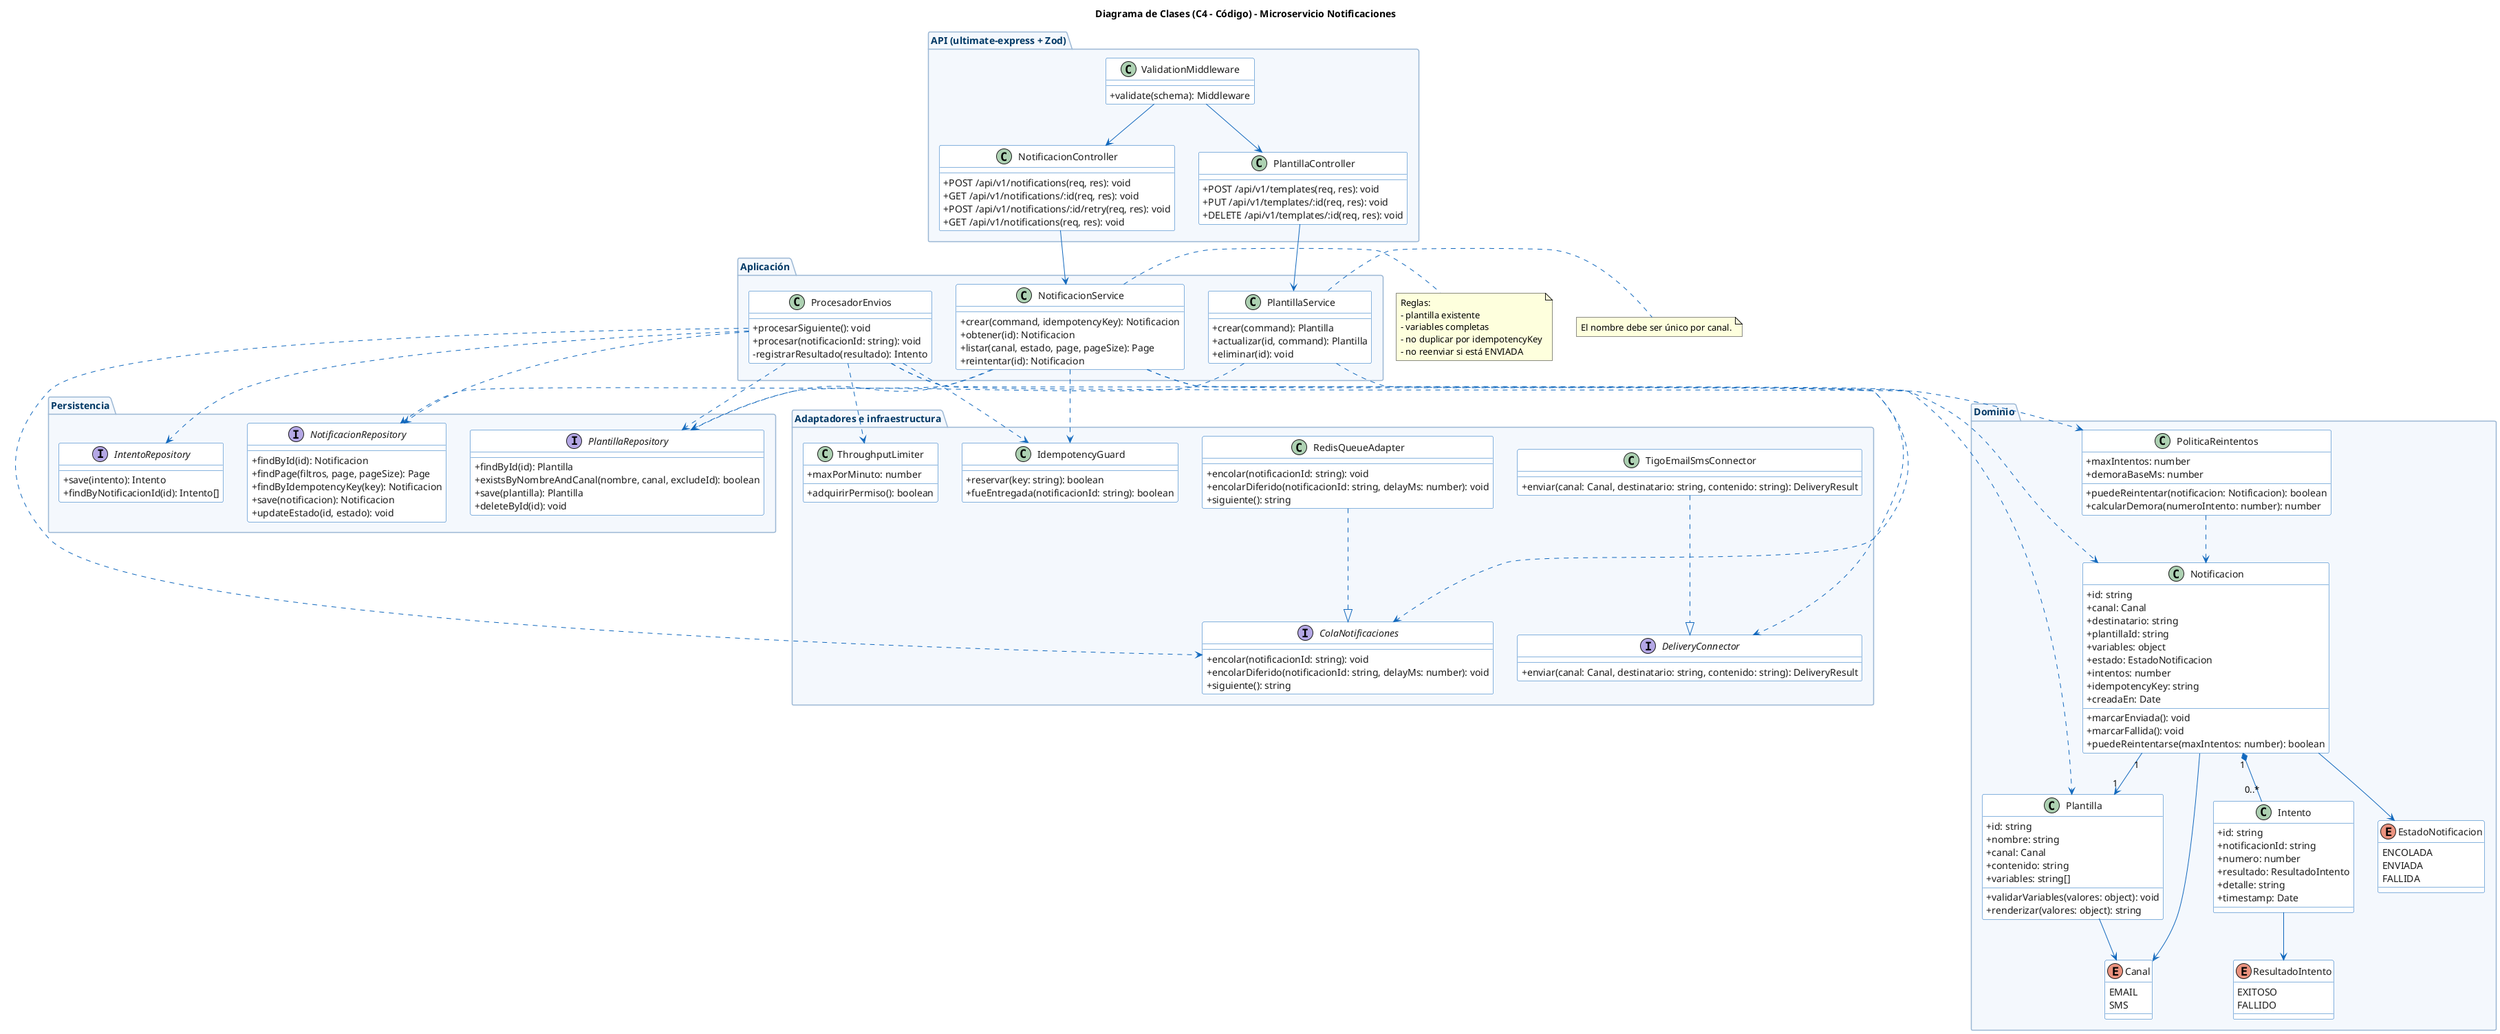
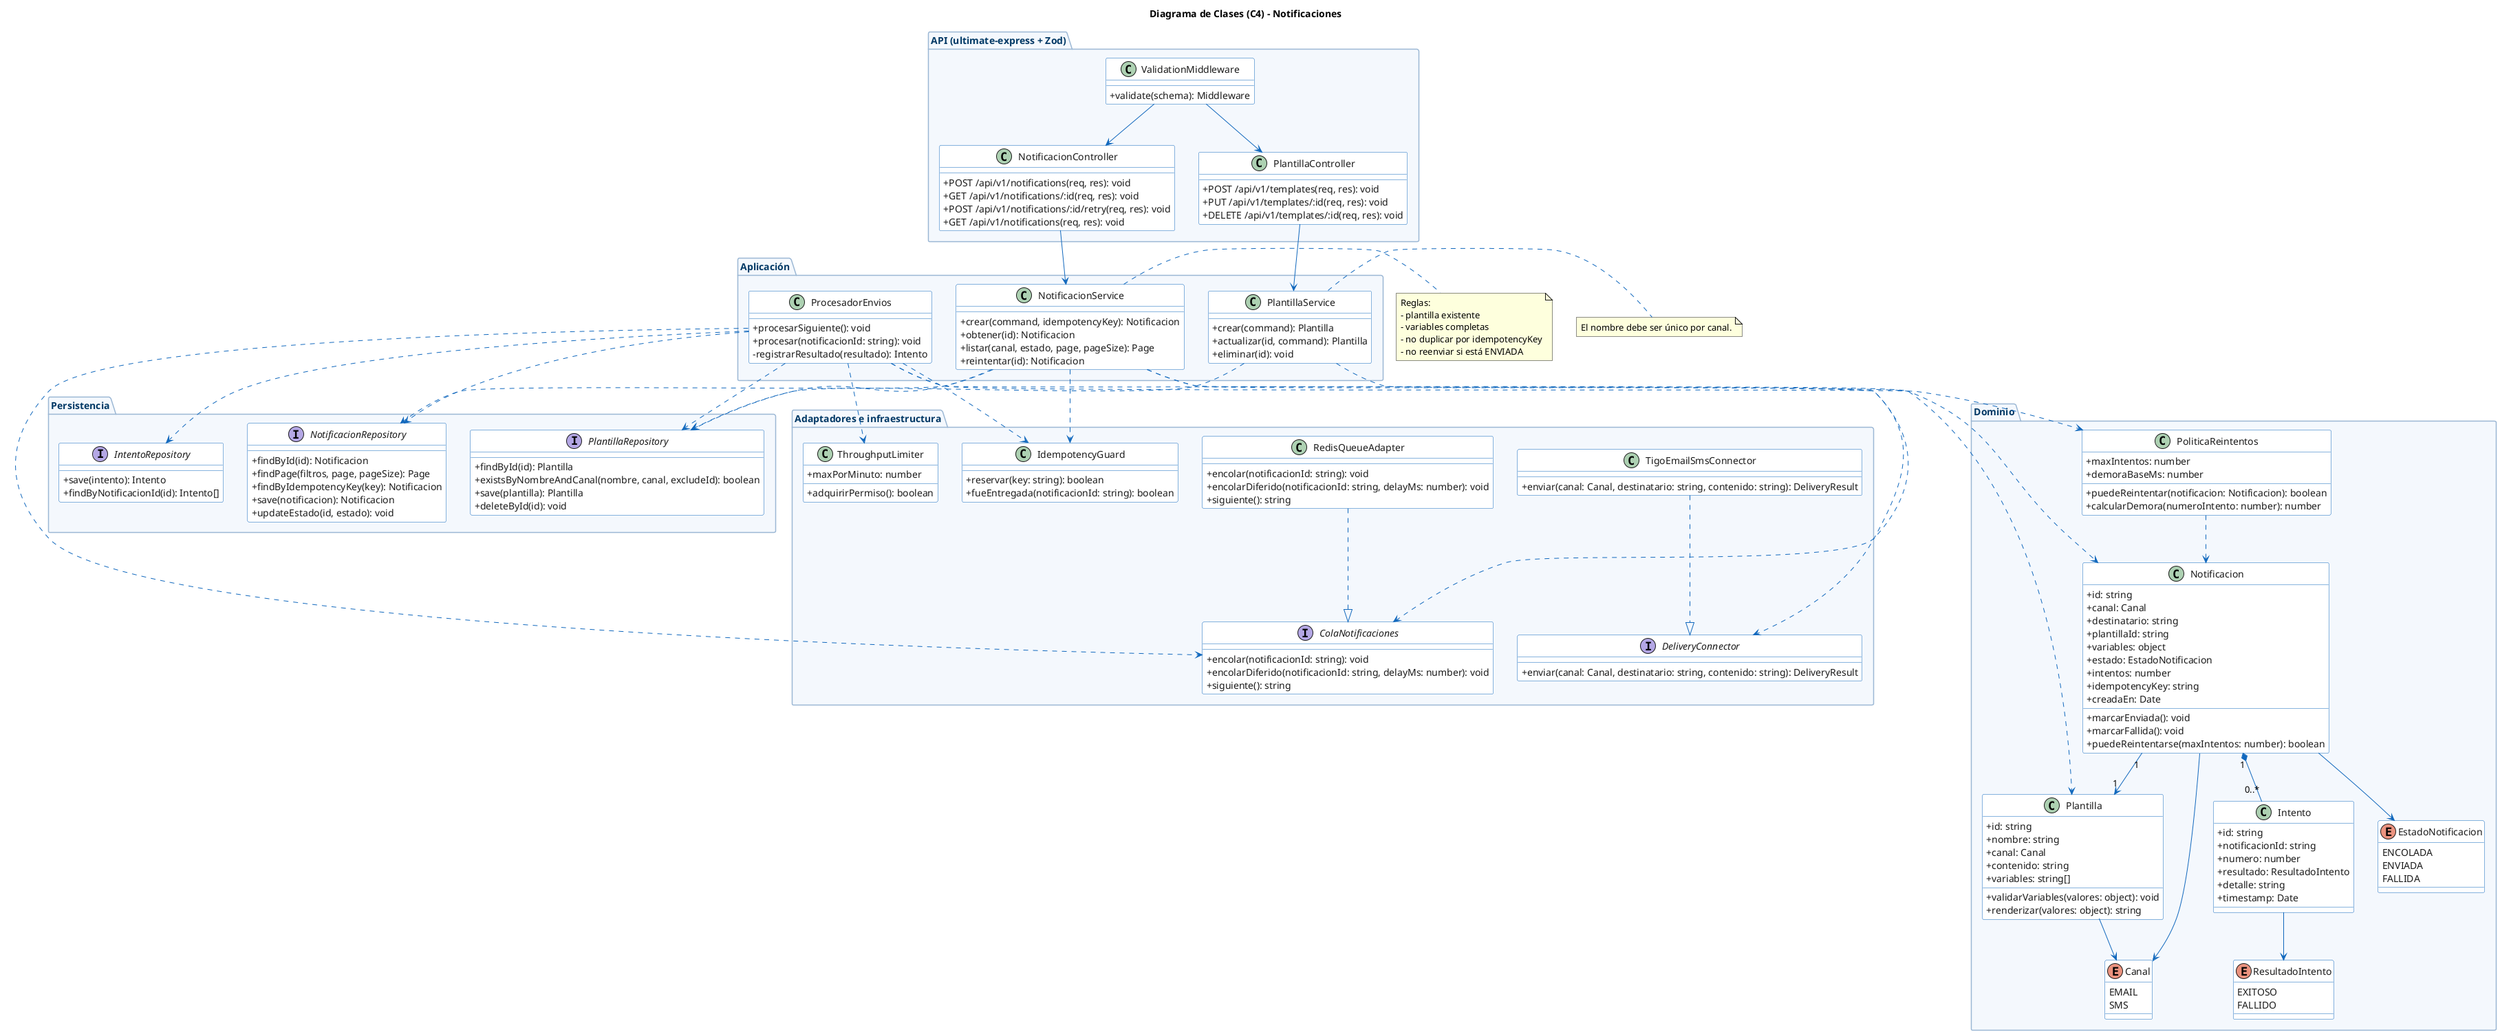
@startuml notificaciones-04-clases

skinparam backgroundColor #FFFFFF
skinparam shadowing false
skinparam classAttributeIconSize 0
skinparam class {
    BackgroundColor #FFFFFF
    BorderColor #1168BD
    ArrowColor #1168BD
    FontColor #1A1A1A
    AttributeFontColor #1A1A1A
    StereotypeFontColor #003865
}
skinparam package {
    BackgroundColor #F4F8FD
    BorderColor #9BB7D4
    FontColor #003865
}
skinparam enum {
    BackgroundColor #FFF7E6
    BorderColor #E0A800
    FontColor #1A1A1A
}

- title Diagrama de Clases (C4 - Código) - Microservicio Notificaciones
+ title Diagrama de Clases (C4) - Notificaciones

package "Dominio" {
    enum Canal {
        EMAIL
        SMS
    }

    enum EstadoNotificacion {
        ENCOLADA
        ENVIADA
        FALLIDA
    }

    enum ResultadoIntento {
        EXITOSO
        FALLIDO
    }

    class Plantilla {
        +id: string
        +nombre: string
        +canal: Canal
        +contenido: string
        +variables: string[]
        +validarVariables(valores: object): void
        +renderizar(valores: object): string
    }

    class Notificacion {
        +id: string
        +canal: Canal
        +destinatario: string
        +plantillaId: string
        +variables: object
        +estado: EstadoNotificacion
        +intentos: number
        +idempotencyKey: string
        +creadaEn: Date
        +marcarEnviada(): void
        +marcarFallida(): void
        +puedeReintentarse(maxIntentos: number): boolean
    }

    class Intento {
        +id: string
        +notificacionId: string
        +numero: number
        +resultado: ResultadoIntento
        +detalle: string
        +timestamp: Date
    }

    class PoliticaReintentos {
        +maxIntentos: number
        +demoraBaseMs: number
        +puedeReintentar(notificacion: Notificacion): boolean
        +calcularDemora(numeroIntento: number): number
    }
}

Plantilla --> Canal
Notificacion --> Canal
Notificacion --> EstadoNotificacion
Notificacion "1" --> "1" Plantilla
Notificacion "1" *-- "0..*" Intento
Intento --> ResultadoIntento
PoliticaReintentos ..> Notificacion

package "API (ultimate-express + Zod)" {
    class NotificacionController {
        +POST /api/v1/notifications(req, res): void
        +GET /api/v1/notifications/:id(req, res): void
        +POST /api/v1/notifications/:id/retry(req, res): void
        +GET /api/v1/notifications(req, res): void
    }

    class PlantillaController {
        +POST /api/v1/templates(req, res): void
        +PUT /api/v1/templates/:id(req, res): void
        +DELETE /api/v1/templates/:id(req, res): void
    }

    class ValidationMiddleware {
        +validate(schema): Middleware
    }
}

package "Aplicación" {
    class NotificacionService {
        +crear(command, idempotencyKey): Notificacion
        +obtener(id): Notificacion
        +listar(canal, estado, page, pageSize): Page
        +reintentar(id): Notificacion
    }

    class PlantillaService {
        +crear(command): Plantilla
        +actualizar(id, command): Plantilla
        +eliminar(id): void
    }

    class ProcesadorEnvios {
        +procesarSiguiente(): void
        +procesar(notificacionId: string): void
        -registrarResultado(resultado): Intento
    }
}

ValidationMiddleware --> NotificacionController
ValidationMiddleware --> PlantillaController
NotificacionController --> NotificacionService
PlantillaController --> PlantillaService

package "Persistencia" {
    interface NotificacionRepository {
        +findById(id): Notificacion
        +findPage(filtros, page, pageSize): Page
        +findByIdempotencyKey(key): Notificacion
        +save(notificacion): Notificacion
        +updateEstado(id, estado): void
    }

    interface PlantillaRepository {
        +findById(id): Plantilla
        +existsByNombreAndCanal(nombre, canal, excludeId): boolean
        +save(plantilla): Plantilla
        +deleteById(id): void
    }

    interface IntentoRepository {
        +save(intento): Intento
        +findByNotificacionId(id): Intento[]
    }
}

package "Adaptadores e infraestructura" {
    interface ColaNotificaciones {
        +encolar(notificacionId: string): void
        +encolarDiferido(notificacionId: string, delayMs: number): void
        +siguiente(): string
    }

    interface DeliveryConnector {
        +enviar(canal: Canal, destinatario: string, contenido: string): DeliveryResult
    }

    class TigoEmailSmsConnector {
        +enviar(canal: Canal, destinatario: string, contenido: string): DeliveryResult
    }

    class RedisQueueAdapter {
        +encolar(notificacionId: string): void
        +encolarDiferido(notificacionId: string, delayMs: number): void
        +siguiente(): string
    }

    class ThroughputLimiter {
        +maxPorMinuto: number
        +adquirirPermiso(): boolean
    }

    class IdempotencyGuard {
        +reservar(key: string): boolean
        +fueEntregada(notificacionId: string): boolean
    }
}

TigoEmailSmsConnector ..|> DeliveryConnector
RedisQueueAdapter ..|> ColaNotificaciones

NotificacionService ..> NotificacionRepository
NotificacionService ..> PlantillaRepository
NotificacionService ..> ColaNotificaciones
NotificacionService ..> IdempotencyGuard
NotificacionService ..> Notificacion

PlantillaService ..> PlantillaRepository
PlantillaService ..> Plantilla

ProcesadorEnvios ..> NotificacionRepository
ProcesadorEnvios ..> PlantillaRepository
ProcesadorEnvios ..> IntentoRepository
ProcesadorEnvios ..> ColaNotificaciones
ProcesadorEnvios ..> DeliveryConnector
ProcesadorEnvios ..> ThroughputLimiter
ProcesadorEnvios ..> IdempotencyGuard
ProcesadorEnvios ..> PoliticaReintentos

note right of NotificacionService
  Reglas:
  - plantilla existente
  - variables completas
  - no duplicar por idempotencyKey
  - no reenviar si está ENVIADA
end note

note right of PlantillaService
  El nombre debe ser único por canal.
end note

@enduml
